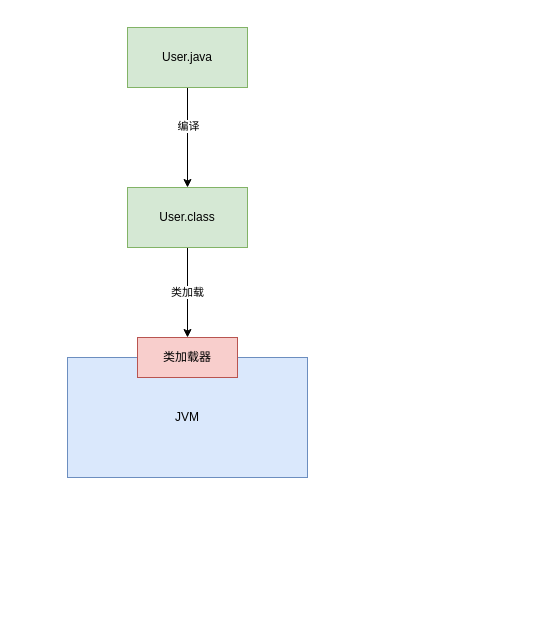
The draw.io diagram 架构图例/其他图/java文件编译.drawio in childin/childin, before the edit. Source tidied: cells renumbered, new cells numbered last; positions are measured from the earlier drawing's top-left corner, leaving out a move shared by most shapes. Both pictures are drawn from the tidied source at 100%, with x=0, y=0 at pixel (67, 27).
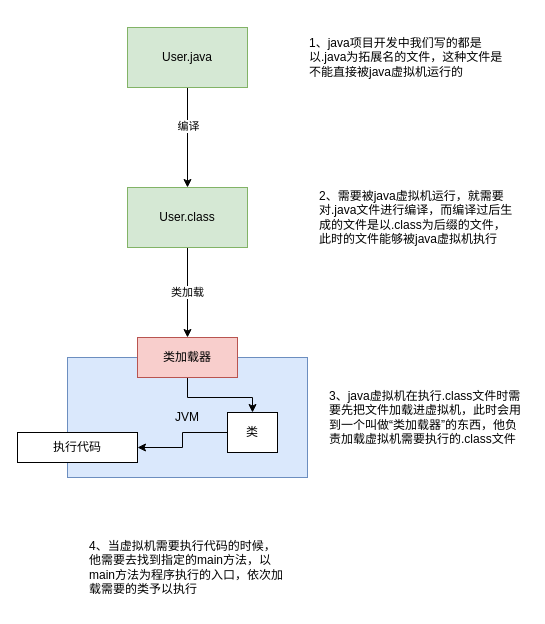
Above is the later version.

The edit, as a diff of the source:
```diff
@@
 <mxGraphModel>
   <root>
     <mxCell id="0" />
     <mxCell id="1" parent="0" />
     <mxCell id="2" style="edgeStyle=orthogonalEdgeStyle;rounded=0;jettySize=auto;html=1;" parent="1" edge="1" source="4" target="6">
       <mxGeometry relative="1" as="geometry" />
     </mxCell>
     <mxCell id="3" value="编译" style="edgeLabel;html=1;align=center;verticalAlign=middle;" parent="2" vertex="1">
       <mxGeometry x="-0.24" relative="1" as="geometry" />
     </mxCell>
     <mxCell id="4" value="User.java" style="rounded=0;whiteSpace=wrap;html=1;fillColor=#d5e8d4;strokeColor=#82b366;" parent="1" vertex="1">
       <mxGeometry x="60" width="120" height="60" as="geometry" />
     </mxCell>
     <mxCell id="5" value="类加载" style="edgeStyle=orthogonalEdgeStyle;rounded=0;jettySize=auto;html=1;entryX=0.5;entryY=0;entryDx=0;entryDy=0;" parent="1" edge="1" source="6" target="8">
       <mxGeometry relative="1" as="geometry" />
     </mxCell>
     <mxCell id="6" value="User.class" style="rounded=0;whiteSpace=wrap;html=1;fillColor=#d5e8d4;strokeColor=#82b366;" parent="1" vertex="1">
       <mxGeometry x="60" y="160" width="120" height="60" as="geometry" />
     </mxCell>
     <mxCell id="7" value="JVM" style="rounded=0;whiteSpace=wrap;html=1;fillColor=#dae8fc;strokeColor=#6c8ebf;" parent="1" vertex="1">
       <mxGeometry y="330" width="240" height="120" as="geometry" />
     </mxCell>
+    <mxCell id="9" style="edgeStyle=orthogonalEdgeStyle;rounded=0;jettySize=auto;html=1;entryX=0.5;entryY=0;entryDx=0;entryDy=0;" parent="1" edge="1" source="8" target="14">
+      <mxGeometry relative="1" as="geometry" />
+    </mxCell>
     <mxCell id="8" value="类加载器" style="rounded=0;whiteSpace=wrap;html=1;fillColor=#f8cecc;strokeColor=#b85450;" parent="1" vertex="1">
       <mxGeometry x="70" y="310" width="100" height="40" as="geometry" />
     </mxCell>
+    <mxCell id="10" value="1、java项目开发中我们写的都是以.java为拓展名的文件，这种文件是不能直接被java虚拟机运行的" style="text;html=1;strokeColor=none;fillColor=none;align=left;verticalAlign=middle;whiteSpace=wrap;rounded=0;" parent="1" vertex="1">
+      <mxGeometry x="240" y="-10" width="200" height="80" as="geometry" />
+    </mxCell>
+    <mxCell id="11" value="2、需要被java虚拟机运行，就需要对.java文件进行编译，而编译过后生成的文件是以.class为后缀的文件，此时的文件能够被java虚拟机执行" style="text;html=1;strokeColor=none;fillColor=none;align=left;verticalAlign=middle;whiteSpace=wrap;rounded=0;" parent="1" vertex="1">
+      <mxGeometry x="250" y="150" width="200" height="80" as="geometry" />
+    </mxCell>
+    <mxCell id="12" value="3、java虚拟机在执行.class文件时需要先把文件加载进虚拟机，此时会用到一个叫做“类加载器”的东西，他负责加载虚拟机需要执行的.class文件" style="text;html=1;strokeColor=none;fillColor=none;align=left;verticalAlign=middle;whiteSpace=wrap;rounded=0;" parent="1" vertex="1">
+      <mxGeometry x="260" y="350" width="200" height="80" as="geometry" />
+    </mxCell>
+    <mxCell id="13" style="edgeStyle=orthogonalEdgeStyle;rounded=0;jettySize=auto;html=1;" parent="1" edge="1" source="14" target="15">
+      <mxGeometry relative="1" as="geometry" />
+    </mxCell>
+    <mxCell id="14" value="类" style="rounded=0;whiteSpace=wrap;html=1;" parent="1" vertex="1">
+      <mxGeometry x="160" y="385" width="50" height="40" as="geometry" />
+    </mxCell>
+    <mxCell id="15" value="执行代码" style="rounded=0;whiteSpace=wrap;html=1;" parent="1" vertex="1">
+      <mxGeometry x="-50" y="405" width="120" height="30" as="geometry" />
+    </mxCell>
+    <mxCell id="16" value="4、当虚拟机需要执行代码的时候，他需要去找到指定的main方法，以main方法为程序执行的入口，依次加载需要的类予以执行" style="text;html=1;strokeColor=none;fillColor=none;align=left;verticalAlign=middle;whiteSpace=wrap;rounded=0;" parent="1" vertex="1">
+      <mxGeometry x="20" y="500" width="200" height="80" as="geometry" />
+    </mxCell>
   </root>
 </mxGraphModel>
```
